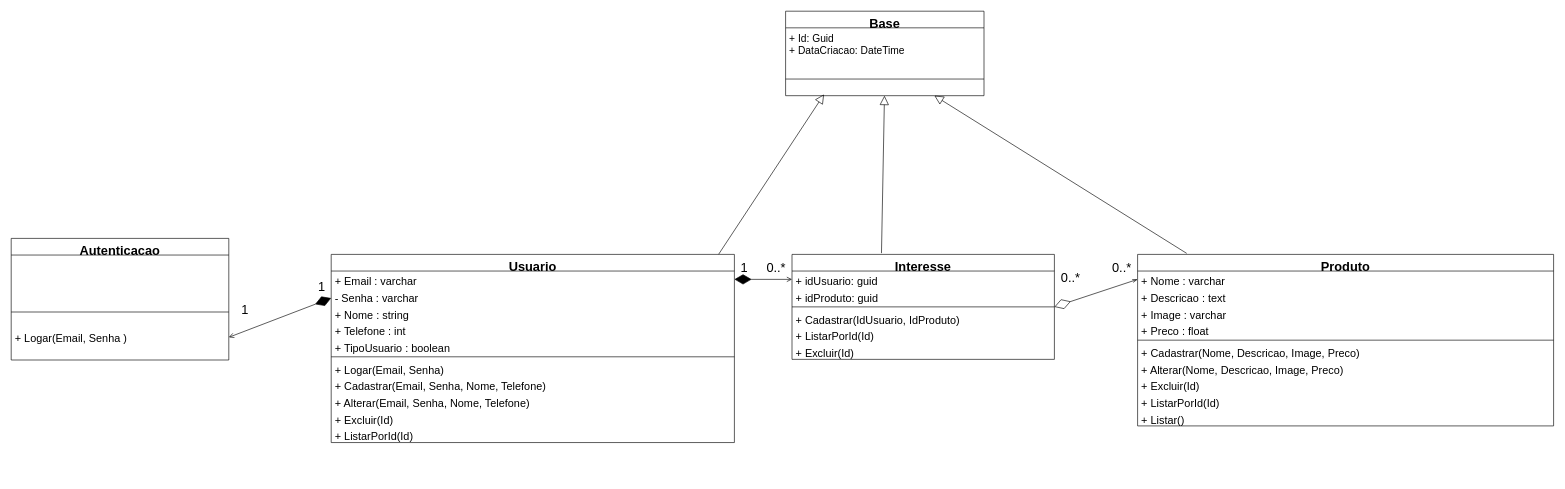
The draw.io diagram page "Diagrama de Classe" (2 of 2) of Diagramas/DiagramasClassificados.drawio in Pedro-B-Alves/Projeto_Classificados, before the edit. Source tidied: cells renumbered, new cells numbered last; positions are measured from the earlier drawing's top-left corner, leaving out a move shared by most shapes. Both pictures are drawn from the tidied source at 64%, with x=0, y=0 at pixel (11, 11).
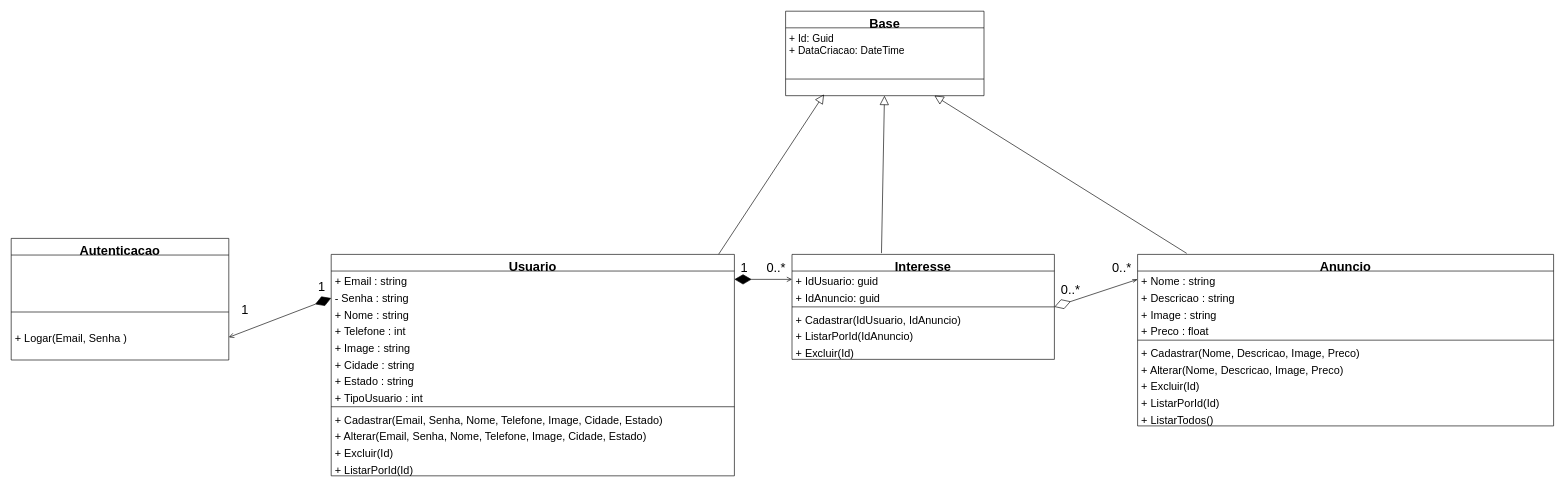
Above is the later version.

Commit message (it also covers changes not shown here):
atualizando o diagrama e o levantamento de requisitos

The change refers to these unchanged cells:
```xml
<mxCell id="25" value="Interesse" style="swimlane;fontStyle=1;align=center;verticalAlign=top;horizontal=1;startSize=26;fontSize=20;" parent="1" vertex="1">
  <mxGeometry x="1220" y="380" width="410" height="164" as="geometry" />
</mxCell>
```

The edit, as a diff of the source:
```diff
@@
     <mxCell id="2" value="Usuario" style="swimlane;fontStyle=1;align=center;verticalAlign=top;horizontal=1;startSize=26;fontSize=20;" parent="1" vertex="1">
-      <mxGeometry x="500" y="380" width="630" height="294" as="geometry" />
+      <mxGeometry x="500" y="380" width="630" height="346" as="geometry" />
     </mxCell>
-    <mxCell id="3" value="+ Email : varchar" style="text;strokeColor=none;fillColor=none;align=left;verticalAlign=top;spacingLeft=4;spacingRight=4;overflow=hidden;points=[[0,0.5],[1,0.5]];portConstraint=eastwest;fontSize=17;" parent="2" vertex="1">
+    <mxCell id="3" value="+ Email : string" style="text;strokeColor=none;fillColor=none;align=left;verticalAlign=top;spacingLeft=4;spacingRight=4;overflow=hidden;points=[[0,0.5],[1,0.5]];portConstraint=eastwest;fontSize=17;" parent="2" vertex="1">
       <mxGeometry y="26" width="630" height="26" as="geometry" />
     </mxCell>
-    <mxCell id="4" value="- Senha : varchar" style="text;strokeColor=none;fillColor=none;align=left;verticalAlign=top;spacingLeft=4;spacingRight=4;overflow=hidden;points=[[0,0.5],[1,0.5]];portConstraint=eastwest;fontSize=17;" parent="2" vertex="1">
+    <mxCell id="4" value="- Senha : string" style="text;strokeColor=none;fillColor=none;align=left;verticalAlign=top;spacingLeft=4;spacingRight=4;overflow=hidden;points=[[0,0.5],[1,0.5]];portConstraint=eastwest;fontSize=17;" parent="2" vertex="1">
       <mxGeometry y="52" width="630" height="26" as="geometry" />
     </mxCell>
@@
+    <mxCell id="52" value="+ Image : string" style="text;strokeColor=none;fillColor=none;align=left;verticalAlign=top;spacingLeft=4;spacingRight=4;overflow=hidden;fontSize=17;" parent="2" vertex="1">
+      <mxGeometry y="130" width="630" height="26" as="geometry" />
+    </mxCell>
+    <mxCell id="53" value="+ Cidade : string" style="text;strokeColor=none;fillColor=none;align=left;verticalAlign=top;spacingLeft=4;spacingRight=4;overflow=hidden;fontSize=17;" parent="2" vertex="1">
+      <mxGeometry y="156" width="630" height="26" as="geometry" />
+    </mxCell>
+    <mxCell id="54" value="+ Estado : string" style="text;strokeColor=none;fillColor=none;align=left;verticalAlign=top;spacingLeft=4;spacingRight=4;overflow=hidden;fontSize=17;" parent="2" vertex="1">
+      <mxGeometry y="182" width="630" height="26" as="geometry" />
+    </mxCell>
-    <mxCell id="7" value="+ TipoUsuario : boolean" style="text;strokeColor=none;fillColor=none;align=left;verticalAlign=top;spacingLeft=4;spacingRight=4;overflow=hidden;fontSize=17;" parent="2" vertex="1">
-      <mxGeometry y="130" width="630" height="26" as="geometry" />
+    <mxCell id="7" value="+ TipoUsuario : int" style="text;strokeColor=none;fillColor=none;align=left;verticalAlign=top;spacingLeft=4;spacingRight=4;overflow=hidden;fontSize=17;" parent="2" vertex="1">
+      <mxGeometry y="208" width="630" height="26" as="geometry" />
     </mxCell>
     <mxCell id="8" style="line;strokeWidth=1;fillColor=none;align=left;verticalAlign=middle;spacingTop=-1;spacingLeft=3;spacingRight=3;labelPosition=right;" parent="2" vertex="1">
-      <mxGeometry y="156" width="630" height="8" as="geometry" />
+      <mxGeometry y="234" width="630" height="8" as="geometry" />
     </mxCell>
-    <mxCell id="9" value="+ Logar(Email, Senha)" style="text;strokeColor=none;fillColor=none;align=left;verticalAlign=top;spacingLeft=4;spacingRight=4;overflow=hidden;fontSize=17;" parent="2" vertex="1">
-      <mxGeometry y="164" width="630" height="26" as="geometry" />
-    </mxCell>
-    <mxCell id="10" value="+ Cadastrar(Email, Senha, Nome, Telefone)" style="text;strokeColor=none;fillColor=none;align=left;verticalAlign=top;spacingLeft=4;spacingRight=4;overflow=hidden;fontSize=17;" parent="2" vertex="1">
-      <mxGeometry y="190" width="630" height="26" as="geometry" />
+    <mxCell id="10" value="+ Cadastrar(Email, Senha, Nome, Telefone, Image, Cidade, Estado)" style="text;strokeColor=none;fillColor=none;align=left;verticalAlign=top;spacingLeft=4;spacingRight=4;overflow=hidden;fontSize=17;" parent="2" vertex="1">
+      <mxGeometry y="242" width="630" height="26" as="geometry" />
     </mxCell>
-    <mxCell id="11" value="+ Alterar(Email, Senha, Nome, Telefone)" style="text;strokeColor=none;fillColor=none;align=left;verticalAlign=top;spacingLeft=4;spacingRight=4;overflow=hidden;fontSize=17;" parent="2" vertex="1">
-      <mxGeometry y="216" width="630" height="26" as="geometry" />
+    <mxCell id="11" value="+ Alterar(Email, Senha, Nome, Telefone, Image, Cidade, Estado)" style="text;strokeColor=none;fillColor=none;align=left;verticalAlign=top;spacingLeft=4;spacingRight=4;overflow=hidden;fontSize=17;" parent="2" vertex="1">
+      <mxGeometry y="268" width="630" height="26" as="geometry" />
     </mxCell>
     <mxCell id="12" value="+ Excluir(Id)" style="text;strokeColor=none;fillColor=none;align=left;verticalAlign=top;spacingLeft=4;spacingRight=4;overflow=hidden;fontSize=17;" parent="2" vertex="1">
-      <mxGeometry y="242" width="630" height="26" as="geometry" />
+      <mxGeometry y="294" width="630" height="26" as="geometry" />
     </mxCell>
     <mxCell id="13" value="+ ListarPorId(Id)" style="text;strokeColor=none;fillColor=none;align=left;verticalAlign=top;spacingLeft=4;spacingRight=4;overflow=hidden;fontSize=17;" parent="2" vertex="1">
-      <mxGeometry y="268" width="630" height="26" as="geometry" />
+      <mxGeometry y="320" width="630" height="26" as="geometry" />
     </mxCell>
-    <mxCell id="14" value="Produto" style="swimlane;fontStyle=1;align=center;verticalAlign=top;horizontal=1;startSize=26;fontSize=20;" parent="1" vertex="1">
+    <mxCell id="14" value="Anuncio" style="swimlane;fontStyle=1;align=center;verticalAlign=top;horizontal=1;startSize=26;fontSize=20;" parent="1" vertex="1">
       <mxGeometry x="1760" y="380" width="650" height="268" as="geometry" />
     </mxCell>
-    <mxCell id="15" value="+ Nome : varchar" style="text;strokeColor=none;fillColor=none;align=left;verticalAlign=top;spacingLeft=4;spacingRight=4;overflow=hidden;points=[[0,0.5],[1,0.5]];portConstraint=eastwest;fontSize=17;" parent="14" vertex="1">
+    <mxCell id="15" value="+ Nome : string" style="text;strokeColor=none;fillColor=none;align=left;verticalAlign=top;spacingLeft=4;spacingRight=4;overflow=hidden;points=[[0,0.5],[1,0.5]];portConstraint=eastwest;fontSize=17;" parent="14" vertex="1">
       <mxGeometry y="26" width="650" height="26" as="geometry" />
     </mxCell>
-    <mxCell id="16" value="+ Descricao : text" style="text;strokeColor=none;fillColor=none;align=left;verticalAlign=top;spacingLeft=4;spacingRight=4;overflow=hidden;fontSize=17;" parent="14" vertex="1">
+    <mxCell id="16" value="+ Descricao : string" style="text;strokeColor=none;fillColor=none;align=left;verticalAlign=top;spacingLeft=4;spacingRight=4;overflow=hidden;fontSize=17;" parent="14" vertex="1">
       <mxGeometry y="52" width="650" height="26" as="geometry" />
     </mxCell>
-    <mxCell id="17" value="+ Image : varchar" style="text;strokeColor=none;fillColor=none;align=left;verticalAlign=top;spacingLeft=4;spacingRight=4;overflow=hidden;fontSize=17;" parent="14" vertex="1">
+    <mxCell id="17" value="+ Image : string" style="text;strokeColor=none;fillColor=none;align=left;verticalAlign=top;spacingLeft=4;spacingRight=4;overflow=hidden;fontSize=17;" parent="14" vertex="1">
       <mxGeometry y="78" width="650" height="26" as="geometry" />
     </mxCell>
@@
-    <mxCell id="24" value="+ Listar()" style="text;strokeColor=none;fillColor=none;align=left;verticalAlign=top;spacingLeft=4;spacingRight=4;overflow=hidden;fontSize=17;" parent="14" vertex="1">
+    <mxCell id="24" value="+ ListarTodos()" style="text;strokeColor=none;fillColor=none;align=left;verticalAlign=top;spacingLeft=4;spacingRight=4;overflow=hidden;fontSize=17;" parent="14" vertex="1">
       <mxGeometry y="242" width="650" height="26" as="geometry" />
     </mxCell>
@@
-    <mxCell id="26" value="+ idUsuario: guid" style="text;strokeColor=none;fillColor=none;align=left;verticalAlign=top;spacingLeft=4;spacingRight=4;overflow=hidden;points=[[0,0.5],[1,0.5]];portConstraint=eastwest;fontSize=17;" parent="25" vertex="1">
+    <mxCell id="26" value="+ IdUsuario: guid" style="text;strokeColor=none;fillColor=none;align=left;verticalAlign=top;spacingLeft=4;spacingRight=4;overflow=hidden;points=[[0,0.5],[1,0.5]];portConstraint=eastwest;fontSize=17;" parent="25" vertex="1">
       <mxGeometry y="26" width="410" height="26" as="geometry" />
     </mxCell>
-    <mxCell id="27" value="+ idProduto: guid" style="text;strokeColor=none;fillColor=none;align=left;verticalAlign=top;spacingLeft=4;spacingRight=4;overflow=hidden;fontSize=17;" parent="25" vertex="1">
+    <mxCell id="27" value="+ IdAnuncio: guid" style="text;strokeColor=none;fillColor=none;align=left;verticalAlign=top;spacingLeft=4;spacingRight=4;overflow=hidden;fontSize=17;" parent="25" vertex="1">
       <mxGeometry y="52" width="410" height="26" as="geometry" />
     </mxCell>
@@
-    <mxCell id="29" value="+ Cadastrar(IdUsuario, IdProduto)" style="text;strokeColor=none;fillColor=none;align=left;verticalAlign=top;spacingLeft=4;spacingRight=4;overflow=hidden;fontSize=17;" parent="25" vertex="1">
+    <mxCell id="29" value="+ Cadastrar(IdUsuario, IdAnuncio)" style="text;strokeColor=none;fillColor=none;align=left;verticalAlign=top;spacingLeft=4;spacingRight=4;overflow=hidden;fontSize=17;" parent="25" vertex="1">
       <mxGeometry y="86" width="410" height="26" as="geometry" />
     </mxCell>
-    <mxCell id="30" value="+ ListarPorId(Id)" style="text;strokeColor=none;fillColor=none;align=left;verticalAlign=top;spacingLeft=4;spacingRight=4;overflow=hidden;fontSize=17;" parent="25" vertex="1">
+    <mxCell id="30" value="+ ListarPorId(IdAnuncio)" style="text;strokeColor=none;fillColor=none;align=left;verticalAlign=top;spacingLeft=4;spacingRight=4;overflow=hidden;fontSize=17;" parent="25" vertex="1">
       <mxGeometry y="112" width="410" height="26" as="geometry" />
     </mxCell>
@@
     <mxCell id="33" value="0..*" style="text;html=1;align=center;verticalAlign=middle;strokeColor=none;fontSize=20;" parent="1" vertex="1">
-      <mxGeometry x="1630" y="400" width="50" height="30" as="geometry" />
+      <mxGeometry x="1630" y="420" width="50" height="30" as="geometry" />
     </mxCell>
```
